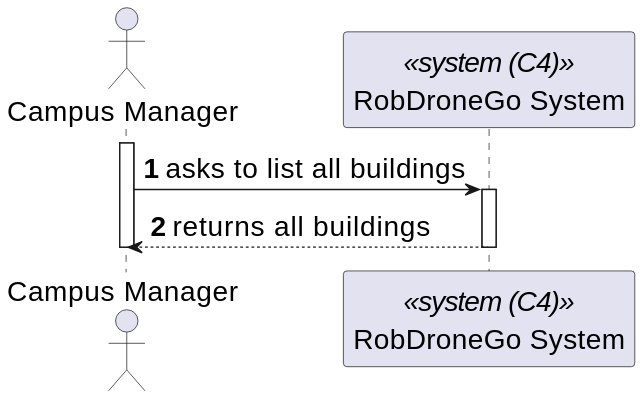
Above: _wiki/sprint-b/us-1160/views/level-1/assets/process-view.svg in miseEnPlace-dev/lapr5 (PlantUML), before the change.
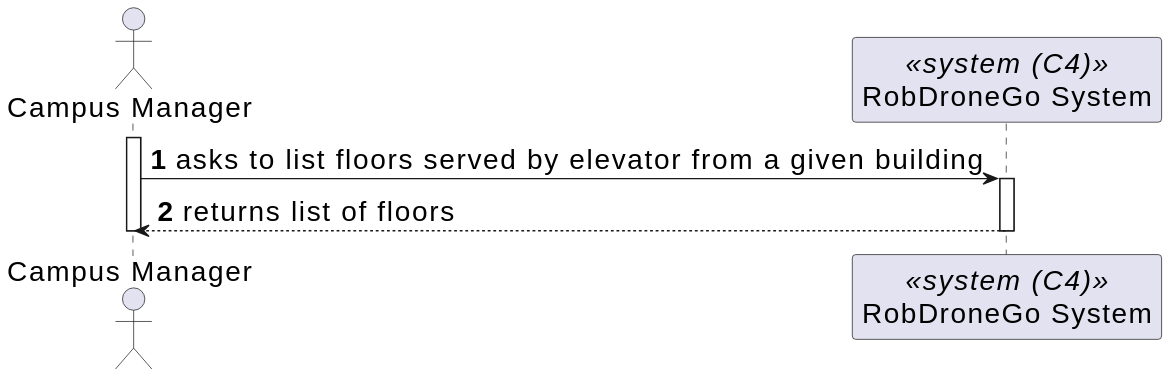
After the change.

Change to the diagram source:
```diff
@@ -7,12 +7,11 @@
 
 activate CM
 
-CM -> SYS : asks to list all buildings
+CM -> SYS : asks to list floors served by elevator from a given building
 activate SYS
 
-CM <-- SYS : returns all buildings
+CM <-- SYS : returns list of floors
 deactivate SYS
-
 
 deactivate CM
 @enduml
```
